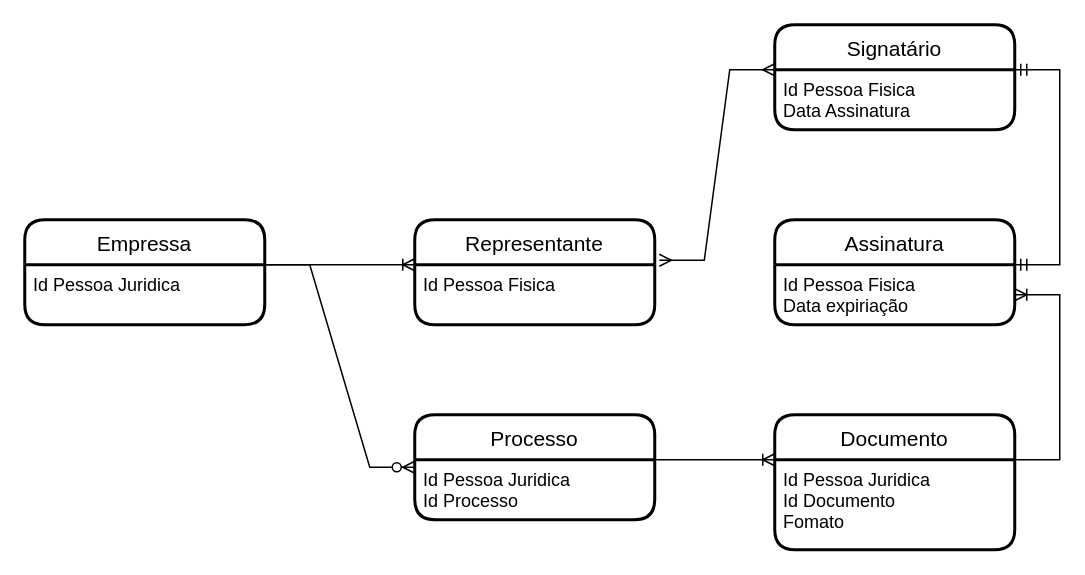
Before: localstack/localstack-dynamodb-java/drawio/erd.drawio in jhegner/labs, a draw.io diagram. Source tidied: cells renumbered, new cells numbered last; positions are measured from the earlier drawing's top-left corner, leaving out a move shared by most shapes. Both pictures are drawn from the tidied source at 150%, with x=0, y=0 at pixel (24, 24).
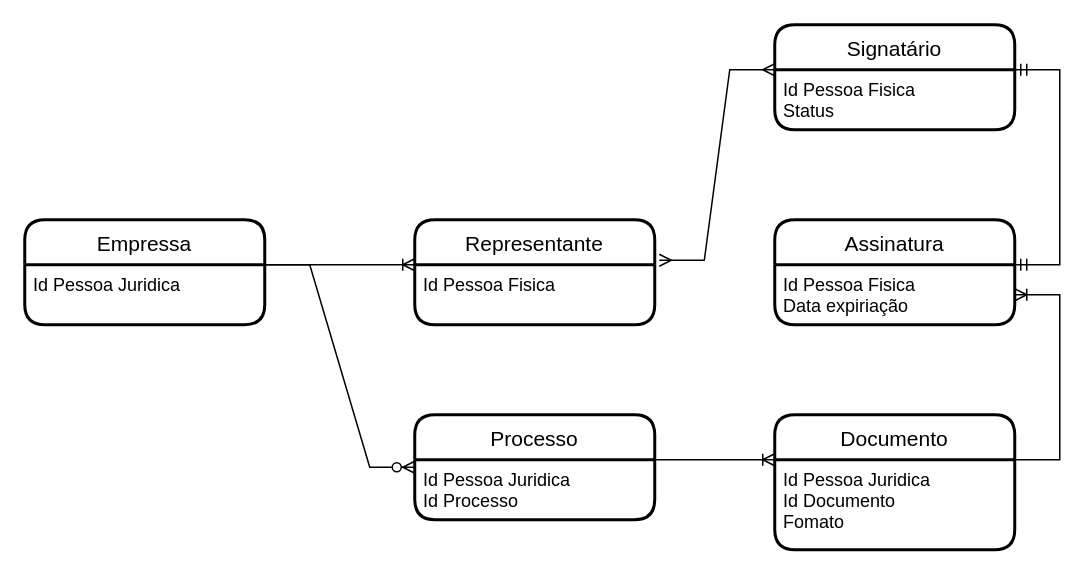
After the change.

What changed in the source:
```diff
@@
 <mxGraphModel>
   <root>
     <mxCell id="0" />
     <mxCell id="1" parent="0" />
     <mxCell id="2" value="Empressa" style="swimlane;horizontal=1;startSize=30;rounded=1;fontSize=14;fontStyle=0;strokeWidth=2;shadow=0;dashed=0;align=center;" parent="1" vertex="1">
       <mxGeometry y="130" width="160" height="70" as="geometry" />
     </mxCell>
     <mxCell id="3" value="Id Pessoa Juridica" style="align=left;strokeColor=none;fillColor=none;spacingLeft=4;fontSize=12;verticalAlign=top;" parent="2" vertex="1">
       <mxGeometry y="30" width="160" height="40" as="geometry" />
     </mxCell>
     <mxCell id="4" value="Representante" style="swimlane;horizontal=1;startSize=30;rounded=1;fontSize=14;fontStyle=0;strokeWidth=2;shadow=0;dashed=0;align=center;" parent="1" vertex="1">
       <mxGeometry x="260" y="130" width="160" height="70" as="geometry" />
     </mxCell>
     <mxCell id="5" value="Id Pessoa Fisica" style="align=left;strokeColor=none;fillColor=none;spacingLeft=4;fontSize=12;verticalAlign=top;" parent="4" vertex="1">
       <mxGeometry y="30" width="160" height="40" as="geometry" />
     </mxCell>
     <mxCell id="6" style="edgeStyle=entityRelationEdgeStyle;fontSize=12;html=1;endArrow=ERoneToMany;rounded=0;entryX=0;entryY=0;entryDx=0;entryDy=0;exitX=1;exitY=0;exitDx=0;exitDy=0;" parent="1" edge="1" source="3" target="5">
       <mxGeometry relative="1" as="geometry" />
     </mxCell>
     <mxCell id="7" value="Processo" style="swimlane;horizontal=1;startSize=30;rounded=1;fontSize=14;fontStyle=0;strokeWidth=2;shadow=0;dashed=0;align=center;" parent="1" vertex="1">
       <mxGeometry x="260" y="260" width="160" height="70" as="geometry" />
     </mxCell>
     <mxCell id="8" value="Id Pessoa Juridica&#10;Id Processo" style="align=left;strokeColor=none;fillColor=none;spacingLeft=4;fontSize=12;verticalAlign=top;" parent="7" vertex="1">
       <mxGeometry y="30" width="160" height="40" as="geometry" />
     </mxCell>
     <mxCell id="9" style="edgeStyle=entityRelationEdgeStyle;fontSize=12;html=1;endArrow=ERzeroToMany;endFill=1;rounded=0;entryX=0;entryY=0.5;entryDx=0;entryDy=0;exitX=1;exitY=0;exitDx=0;exitDy=0;" parent="1" edge="1" source="3" target="7">
       <mxGeometry relative="1" as="geometry" />
     </mxCell>
     <mxCell id="10" value="Documento" style="swimlane;horizontal=1;startSize=30;rounded=1;fontSize=14;fontStyle=0;strokeWidth=2;shadow=0;dashed=0;align=center;" parent="1" vertex="1">
       <mxGeometry x="500" y="260" width="160" height="90" as="geometry" />
     </mxCell>
     <mxCell id="11" value="Id Pessoa Juridica&#10;Id Documento&#10;Fomato" style="align=left;strokeColor=none;fillColor=none;spacingLeft=4;fontSize=12;verticalAlign=top;" parent="10" vertex="1">
       <mxGeometry y="30" width="160" height="60" as="geometry" />
     </mxCell>
     <mxCell id="12" style="edgeStyle=entityRelationEdgeStyle;fontSize=12;html=1;endArrow=ERoneToMany;rounded=0;exitX=1;exitY=0;exitDx=0;exitDy=0;entryX=0;entryY=0;entryDx=0;entryDy=0;" parent="1" edge="1" source="8" target="11">
       <mxGeometry relative="1" as="geometry" />
     </mxCell>
     <mxCell id="13" value="Assinatura" style="swimlane;horizontal=1;startSize=30;rounded=1;fontSize=14;fontStyle=0;strokeWidth=2;shadow=0;dashed=0;align=center;" parent="1" vertex="1">
       <mxGeometry x="500" y="130" width="160" height="70" as="geometry" />
     </mxCell>
     <mxCell id="14" value="Id Pessoa Fisica&#10;Data expiriação" style="align=left;strokeColor=none;fillColor=none;spacingLeft=4;fontSize=12;verticalAlign=top;" parent="13" vertex="1">
       <mxGeometry y="30" width="160" height="40" as="geometry" />
     </mxCell>
     <mxCell id="15" value="Signatário" style="swimlane;horizontal=1;startSize=30;rounded=1;fontSize=14;fontStyle=0;strokeWidth=2;shadow=0;dashed=0;align=center;" parent="1" vertex="1">
       <mxGeometry x="500" width="160" height="70" as="geometry" />
     </mxCell>
-    <mxCell id="16" value="Id Pessoa Fisica&#10;Data Assinatura" style="align=left;strokeColor=none;fillColor=none;spacingLeft=4;fontSize=12;verticalAlign=top;" parent="15" vertex="1">
+    <mxCell id="16" value="Id Pessoa Fisica&#10;Status" style="align=left;strokeColor=none;fillColor=none;spacingLeft=4;fontSize=12;verticalAlign=top;" parent="15" vertex="1">
       <mxGeometry y="30" width="160" height="40" as="geometry" />
     </mxCell>
     <mxCell id="17" style="edgeStyle=entityRelationEdgeStyle;fontSize=12;html=1;endArrow=ERmany;startArrow=ERmany;rounded=0;exitX=1.019;exitY=0.386;exitDx=0;exitDy=0;exitPerimeter=0;entryX=0;entryY=0;entryDx=0;entryDy=0;" parent="1" edge="1" source="4" target="16">
       <mxGeometry relative="1" as="geometry" />
     </mxCell>
     <mxCell id="18" style="edgeStyle=entityRelationEdgeStyle;fontSize=12;html=1;endArrow=ERmandOne;startArrow=ERmandOne;rounded=0;entryX=1;entryY=0;entryDx=0;entryDy=0;exitX=1;exitY=0;exitDx=0;exitDy=0;" parent="1" edge="1" source="14" target="16">
       <mxGeometry relative="1" as="geometry" />
     </mxCell>
     <mxCell id="19" style="edgeStyle=entityRelationEdgeStyle;fontSize=12;html=1;endArrow=ERoneToMany;rounded=0;exitX=1;exitY=0;exitDx=0;exitDy=0;" parent="1" edge="1" source="11" target="14">
       <mxGeometry relative="1" as="geometry" />
     </mxCell>
   </root>
 </mxGraphModel>
```
